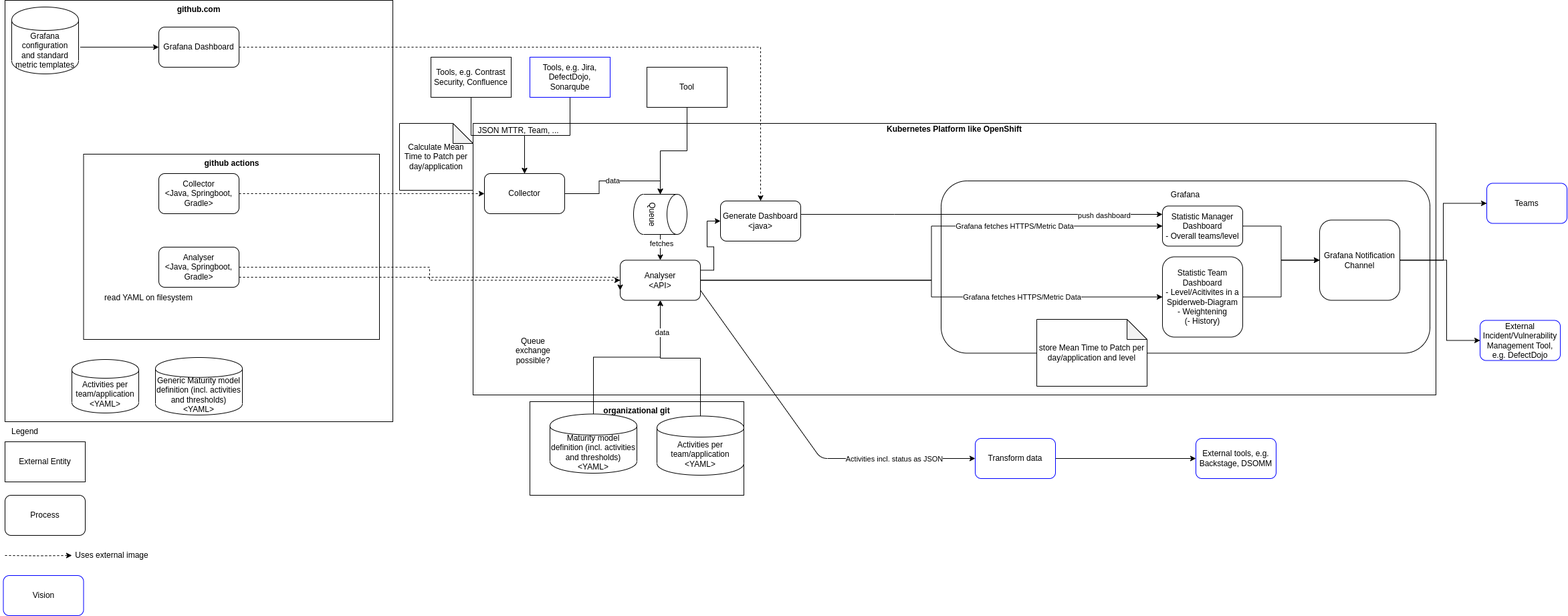
Above: docs/architecture.png in devsecopsmaturitymodel/metricCA (draw.io), before the change. Source tidied: cells renumbered, new cells last; positions are measured from the earlier drawing's top-left corner, leaving out a move shared by most shapes.
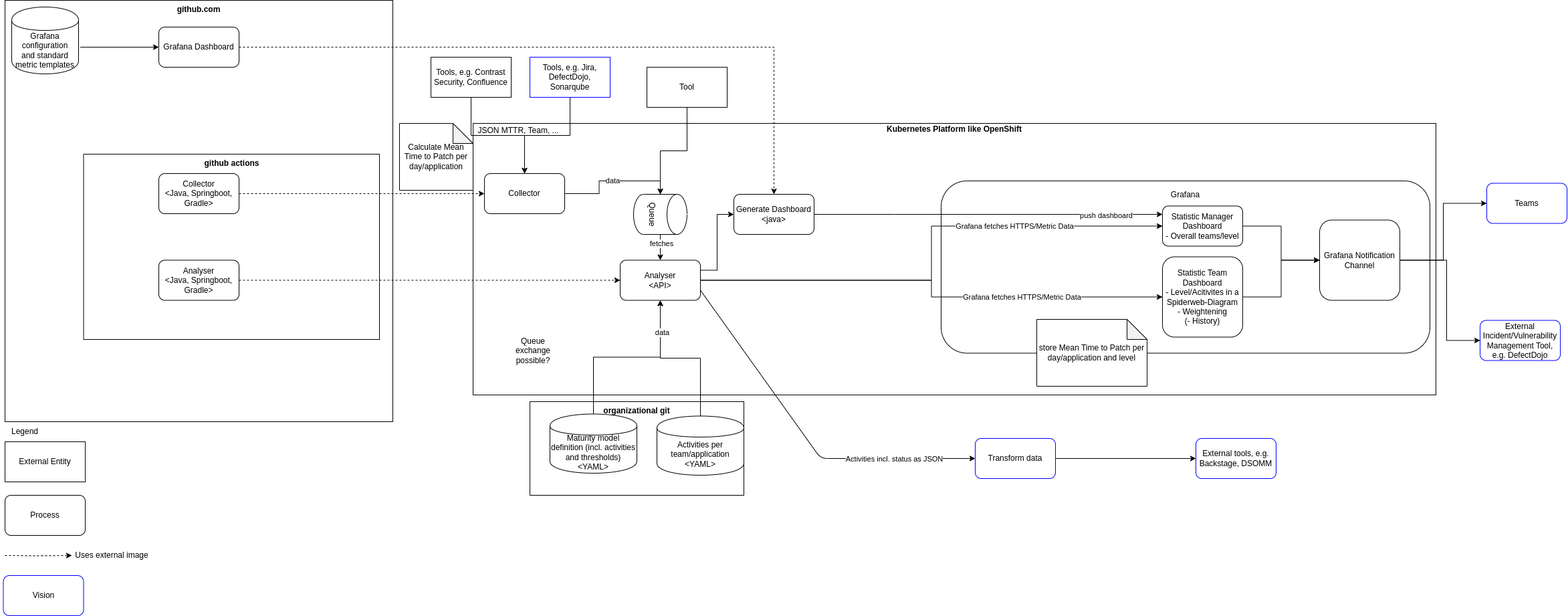
After the commit.

Commit message:
chore: enhance architecture description

Change to the diagram source:
```diff
@@ -21,11 +21,8 @@
       <mxGeometry x="119.5" y="230" width="442.5" height="277" as="geometry" />
     </mxCell>
     <mxCell id="8" value="Analyser&lt;br&gt;&amp;lt;Java, Springboot, Gradle&amp;gt;" style="rounded=1;whiteSpace=wrap;html=1;" parent="1" vertex="1">
-      <mxGeometry x="232" y="369" width="120" height="60" as="geometry" />
+      <mxGeometry x="232" y="388.5" width="120" height="60" as="geometry" />
     </mxCell>
-    <mxCell id="9" value="read YAML on filesystem" style="text;html=1;strokeColor=none;fillColor=none;align=center;verticalAlign=middle;whiteSpace=wrap;rounded=0;" parent="1" vertex="1">
-      <mxGeometry x="142" y="430" width="150" height="30" as="geometry" />
-    </mxCell>
     <mxCell id="10" value="External Incident/Vulnerability Management Tool, e.g. DefectDojo" style="rounded=1;whiteSpace=wrap;html=1;strokeColor=#0000FF;" parent="1" vertex="1">
       <mxGeometry x="2208" y="478.5" width="120" height="60" as="geometry" />
     </mxCell>
@@ -91,14 +88,6 @@
     <mxCell id="29" value="Collector&lt;br&gt;&amp;lt;Java, Springboot, Gradle&amp;gt;" style="rounded=1;whiteSpace=wrap;html=1;" parent="1" vertex="1">
       <mxGeometry x="232" y="259" width="120" height="60" as="geometry" />
     </mxCell>
-    <mxCell id="30" style="edgeStyle=orthogonalEdgeStyle;rounded=0;jettySize=auto;html=1;dashed=1;entryX=0;entryY=0.75;entryDx=0;entryDy=0;" parent="1" edge="1" target="26">
-      <mxGeometry relative="1" as="geometry">
-        <mxPoint x="352" y="414" as="sourcePoint" />
-        <Array as="points">
-          <mxPoint x="352" y="414" />
-        </Array>
-      </mxGeometry>
-    </mxCell>
     <mxCell id="31" style="edgeStyle=orthogonalEdgeStyle;rounded=0;jettySize=auto;html=1;dashed=1;" parent="1" edge="1" source="8" target="26">
       <mxGeometry relative="1" as="geometry" />
     </mxCell>
@@ -125,7 +114,7 @@
       </mxGeometry>
     </mxCell>
     <mxCell id="37" value="Generate Dashboard&lt;br&gt;&amp;lt;java&amp;gt;" style="rounded=1;whiteSpace=wrap;html=1;" parent="1" vertex="1">
-      <mxGeometry x="1072" y="300" width="120" height="60" as="geometry" />
+      <mxGeometry x="1092" y="290" width="120" height="60" as="geometry" />
     </mxCell>
     <mxCell id="38" style="edgeStyle=orthogonalEdgeStyle;rounded=0;jettySize=auto;html=1;" parent="1" edge="1" source="39" target="32">
       <mxGeometry relative="1" as="geometry" />
@@ -171,12 +160,6 @@
     <mxCell id="49" value="data" style="edgeStyle=orthogonalEdgeStyle;rounded=0;jettySize=auto;html=1;entryX=0.5;entryY=1;entryDx=0;entryDy=0;exitX=0.5;exitY=0;exitDx=0;exitDy=0;" parent="1" edge="1" source="53" target="26">
       <mxGeometry x="0.59" y="-3" relative="1" as="geometry" />
     </mxCell>
-    <mxCell id="50" value="Generic Maturity model definition (incl. activities and thresholds)&lt;br&gt;&amp;lt;YAML&amp;gt;" style="shape=cylinder;whiteSpace=wrap;html=1;boundedLbl=1;backgroundOutline=1;" parent="1" vertex="1">
-      <mxGeometry x="227" y="534" width="130" height="86" as="geometry" />
-    </mxCell>
-    <mxCell id="51" value="Activities per team/application&lt;br&gt;&amp;lt;YAML&amp;gt;" style="shape=cylinder;whiteSpace=wrap;html=1;boundedLbl=1;backgroundOutline=1;" parent="1" vertex="1">
-      <mxGeometry x="102" y="537" width="100" height="80" as="geometry" />
-    </mxCell>
     <mxCell id="52" value="Grafana configuration&lt;br&gt;and standard metric templates" style="shape=cylinder;whiteSpace=wrap;html=1;boundedLbl=1;backgroundOutline=1;" parent="1" vertex="1">
       <mxGeometry x="12" y="10" width="100" height="100" as="geometry" />
     </mxCell>
```
